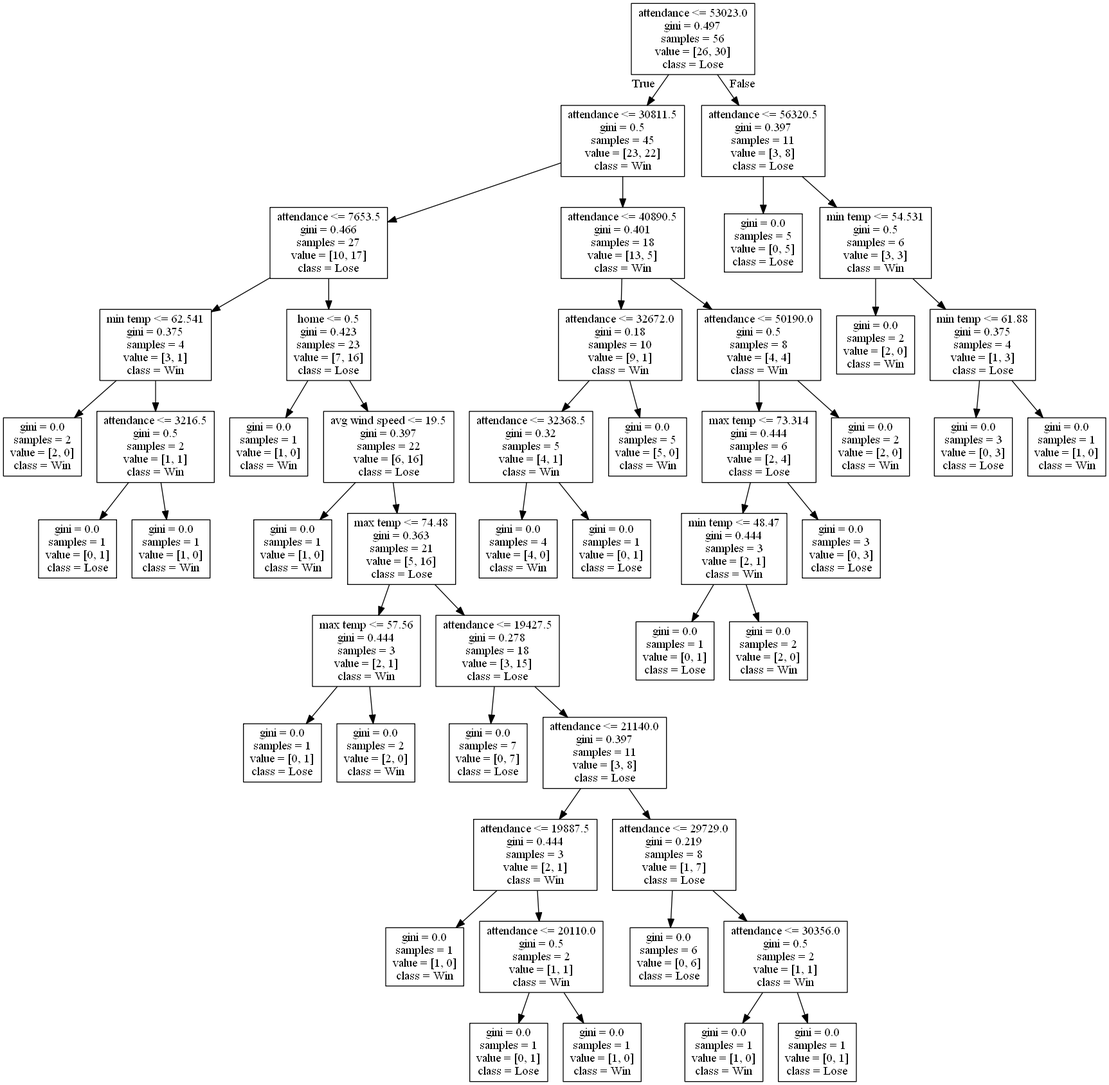
Above: DecisionTrees/decision_tree_no_score8.png in alexana-steck/CSE482Project (Graphviz), before the change. Its source is kept beside it as DecisionTrees/decision_tree_no_score8.dot. Source of this version:
```dot
digraph Tree {
node [shape=box] ;
0 [label="attendance <= 53023.0\ngini = 0.497\nsamples = 56\nvalue = [26, 30]\nclass = Lose"] ;
1 [label="attendance <= 30811.5\ngini = 0.5\nsamples = 45\nvalue = [23, 22]\nclass = Win"] ;
0 -> 1 [labeldistance=2.5, labelangle=45, headlabel="True"] ;
2 [label="attendance <= 7653.5\ngini = 0.466\nsamples = 27\nvalue = [10, 17]\nclass = Lose"] ;
1 -> 2 ;
3 [label="min temp <= 62.541\ngini = 0.375\nsamples = 4\nvalue = [3, 1]\nclass = Win"] ;
2 -> 3 ;
4 [label="gini = 0.0\nsamples = 2\nvalue = [2, 0]\nclass = Win"] ;
3 -> 4 ;
5 [label="attendance <= 3216.5\ngini = 0.5\nsamples = 2\nvalue = [1, 1]\nclass = Win"] ;
3 -> 5 ;
6 [label="gini = 0.0\nsamples = 1\nvalue = [0, 1]\nclass = Lose"] ;
5 -> 6 ;
7 [label="gini = 0.0\nsamples = 1\nvalue = [1, 0]\nclass = Win"] ;
5 -> 7 ;
8 [label="home <= 0.5\ngini = 0.423\nsamples = 23\nvalue = [7, 16]\nclass = Lose"] ;
2 -> 8 ;
9 [label="gini = 0.0\nsamples = 1\nvalue = [1, 0]\nclass = Win"] ;
8 -> 9 ;
10 [label="avg wind speed <= 19.5\ngini = 0.397\nsamples = 22\nvalue = [6, 16]\nclass = Lose"] ;
8 -> 10 ;
11 [label="gini = 0.0\nsamples = 1\nvalue = [1, 0]\nclass = Win"] ;
10 -> 11 ;
12 [label="max temp <= 74.48\ngini = 0.363\nsamples = 21\nvalue = [5, 16]\nclass = Lose"] ;
10 -> 12 ;
13 [label="max temp <= 57.56\ngini = 0.444\nsamples = 3\nvalue = [2, 1]\nclass = Win"] ;
12 -> 13 ;
14 [label="gini = 0.0\nsamples = 1\nvalue = [0, 1]\nclass = Lose"] ;
13 -> 14 ;
15 [label="gini = 0.0\nsamples = 2\nvalue = [2, 0]\nclass = Win"] ;
13 -> 15 ;
16 [label="attendance <= 19427.5\ngini = 0.278\nsamples = 18\nvalue = [3, 15]\nclass = Lose"] ;
12 -> 16 ;
17 [label="gini = 0.0\nsamples = 7\nvalue = [0, 7]\nclass = Lose"] ;
16 -> 17 ;
18 [label="attendance <= 21140.0\ngini = 0.397\nsamples = 11\nvalue = [3, 8]\nclass = Lose"] ;
16 -> 18 ;
19 [label="attendance <= 19887.5\ngini = 0.444\nsamples = 3\nvalue = [2, 1]\nclass = Win"] ;
18 -> 19 ;
20 [label="gini = 0.0\nsamples = 1\nvalue = [1, 0]\nclass = Win"] ;
19 -> 20 ;
21 [label="attendance <= 20110.0\ngini = 0.5\nsamples = 2\nvalue = [1, 1]\nclass = Win"] ;
19 -> 21 ;
22 [label="gini = 0.0\nsamples = 1\nvalue = [0, 1]\nclass = Lose"] ;
21 -> 22 ;
23 [label="gini = 0.0\nsamples = 1\nvalue = [1, 0]\nclass = Win"] ;
21 -> 23 ;
24 [label="attendance <= 29729.0\ngini = 0.219\nsamples = 8\nvalue = [1, 7]\nclass = Lose"] ;
18 -> 24 ;
25 [label="gini = 0.0\nsamples = 6\nvalue = [0, 6]\nclass = Lose"] ;
24 -> 25 ;
26 [label="attendance <= 30356.0\ngini = 0.5\nsamples = 2\nvalue = [1, 1]\nclass = Win"] ;
24 -> 26 ;
27 [label="gini = 0.0\nsamples = 1\nvalue = [1, 0]\nclass = Win"] ;
26 -> 27 ;
28 [label="gini = 0.0\nsamples = 1\nvalue = [0, 1]\nclass = Lose"] ;
26 -> 28 ;
29 [label="attendance <= 40890.5\ngini = 0.401\nsamples = 18\nvalue = [13, 5]\nclass = Win"] ;
1 -> 29 ;
30 [label="attendance <= 32672.0\ngini = 0.18\nsamples = 10\nvalue = [9, 1]\nclass = Win"] ;
29 -> 30 ;
31 [label="attendance <= 32368.5\ngini = 0.32\nsamples = 5\nvalue = [4, 1]\nclass = Win"] ;
30 -> 31 ;
32 [label="gini = 0.0\nsamples = 4\nvalue = [4, 0]\nclass = Win"] ;
31 -> 32 ;
33 [label="gini = 0.0\nsamples = 1\nvalue = [0, 1]\nclass = Lose"] ;
31 -> 33 ;
34 [label="gini = 0.0\nsamples = 5\nvalue = [5, 0]\nclass = Win"] ;
30 -> 34 ;
35 [label="attendance <= 50190.0\ngini = 0.5\nsamples = 8\nvalue = [4, 4]\nclass = Win"] ;
29 -> 35 ;
36 [label="max temp <= 73.314\ngini = 0.444\nsamples = 6\nvalue = [2, 4]\nclass = Lose"] ;
35 -> 36 ;
37 [label="min temp <= 48.47\ngini = 0.444\nsamples = 3\nvalue = [2, 1]\nclass = Win"] ;
36 -> 37 ;
38 [label="gini = 0.0\nsamples = 1\nvalue = [0, 1]\nclass = Lose"] ;
37 -> 38 ;
39 [label="gini = 0.0\nsamples = 2\nvalue = [2, 0]\nclass = Win"] ;
37 -> 39 ;
40 [label="gini = 0.0\nsamples = 3\nvalue = [0, 3]\nclass = Lose"] ;
36 -> 40 ;
41 [label="gini = 0.0\nsamples = 2\nvalue = [2, 0]\nclass = Win"] ;
35 -> 41 ;
42 [label="attendance <= 56320.5\ngini = 0.397\nsamples = 11\nvalue = [3, 8]\nclass = Lose"] ;
0 -> 42 [labeldistance=2.5, labelangle=-45, headlabel="False"] ;
43 [label="gini = 0.0\nsamples = 5\nvalue = [0, 5]\nclass = Lose"] ;
42 -> 43 ;
44 [label="min temp <= 54.531\ngini = 0.5\nsamples = 6\nvalue = [3, 3]\nclass = Win"] ;
42 -> 44 ;
45 [label="gini = 0.0\nsamples = 2\nvalue = [2, 0]\nclass = Win"] ;
44 -> 45 ;
46 [label="min temp <= 61.88\ngini = 0.375\nsamples = 4\nvalue = [1, 3]\nclass = Lose"] ;
44 -> 46 ;
47 [label="gini = 0.0\nsamples = 3\nvalue = [0, 3]\nclass = Lose"] ;
46 -> 47 ;
48 [label="gini = 0.0\nsamples = 1\nvalue = [1, 0]\nclass = Win"] ;
46 -> 48 ;
}
```
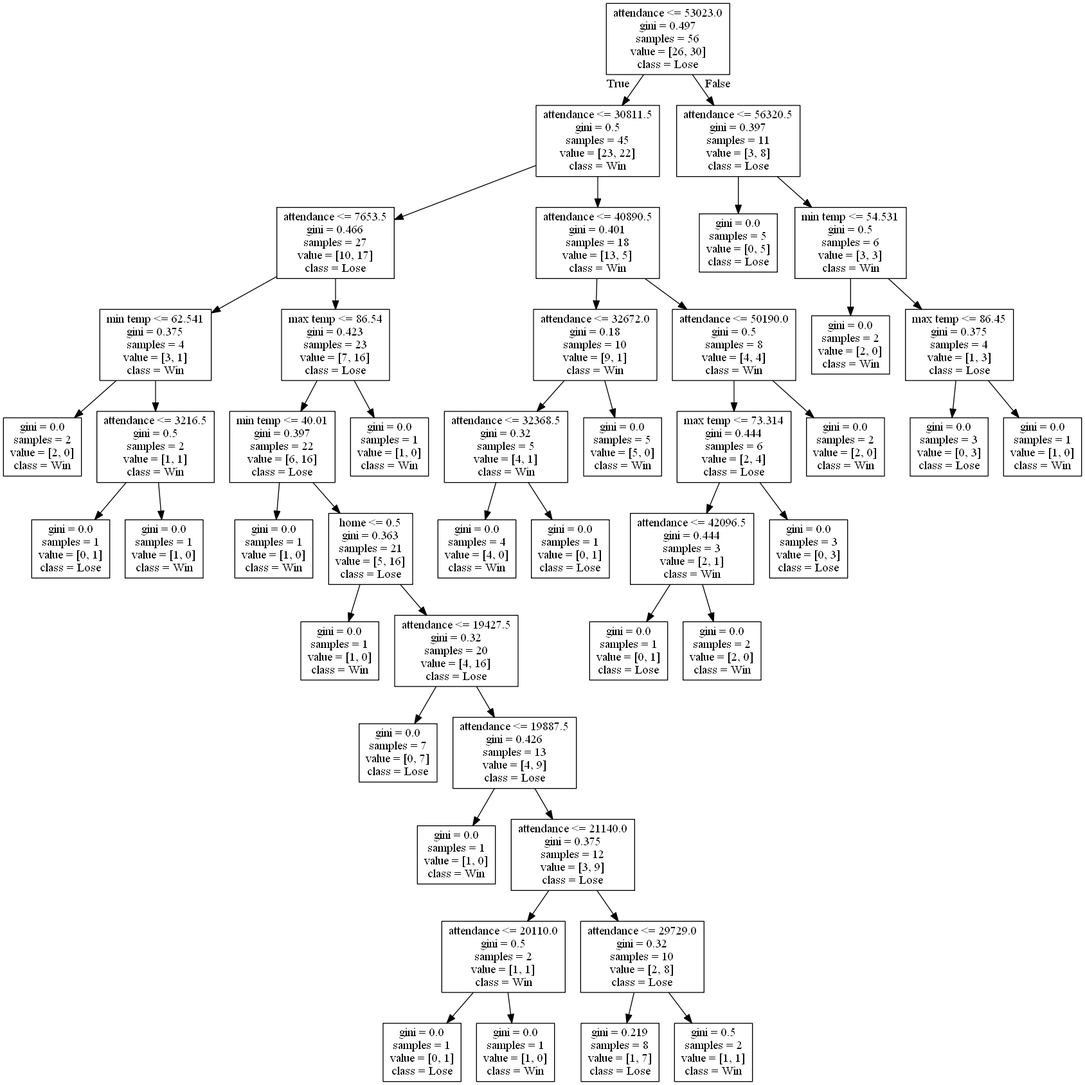
Later version of the same file.

What changed in the source:
```diff
@@ -15,86 +15,78 @@
 5 -> 6 ;
 7 [label="gini = 0.0\nsamples = 1\nvalue = [1, 0]\nclass = Win"] ;
 5 -> 7 ;
-8 [label="home <= 0.5\ngini = 0.423\nsamples = 23\nvalue = [7, 16]\nclass = Lose"] ;
+8 [label="max temp <= 86.54\ngini = 0.423\nsamples = 23\nvalue = [7, 16]\nclass = Lose"] ;
 2 -> 8 ;
-9 [label="gini = 0.0\nsamples = 1\nvalue = [1, 0]\nclass = Win"] ;
+9 [label="min temp <= 40.01\ngini = 0.397\nsamples = 22\nvalue = [6, 16]\nclass = Lose"] ;
 8 -> 9 ;
-10 [label="avg wind speed <= 19.5\ngini = 0.397\nsamples = 22\nvalue = [6, 16]\nclass = Lose"] ;
-8 -> 10 ;
-11 [label="gini = 0.0\nsamples = 1\nvalue = [1, 0]\nclass = Win"] ;
-10 -> 11 ;
-12 [label="max temp <= 74.48\ngini = 0.363\nsamples = 21\nvalue = [5, 16]\nclass = Lose"] ;
-10 -> 12 ;
-13 [label="max temp <= 57.56\ngini = 0.444\nsamples = 3\nvalue = [2, 1]\nclass = Win"] ;
-12 -> 13 ;
-14 [label="gini = 0.0\nsamples = 1\nvalue = [0, 1]\nclass = Lose"] ;
+10 [label="gini = 0.0\nsamples = 1\nvalue = [1, 0]\nclass = Win"] ;
+9 -> 10 ;
+11 [label="home <= 0.5\ngini = 0.363\nsamples = 21\nvalue = [5, 16]\nclass = Lose"] ;
+9 -> 11 ;
+12 [label="gini = 0.0\nsamples = 1\nvalue = [1, 0]\nclass = Win"] ;
+11 -> 12 ;
+13 [label="attendance <= 19427.5\ngini = 0.32\nsamples = 20\nvalue = [4, 16]\nclass = Lose"] ;
+11 -> 13 ;
+14 [label="gini = 0.0\nsamples = 7\nvalue = [0, 7]\nclass = Lose"] ;
 13 -> 14 ;
-15 [label="gini = 0.0\nsamples = 2\nvalue = [2, 0]\nclass = Win"] ;
+15 [label="attendance <= 19887.5\ngini = 0.426\nsamples = 13\nvalue = [4, 9]\nclass = Lose"] ;
 13 -> 15 ;
-16 [label="attendance <= 19427.5\ngini = 0.278\nsamples = 18\nvalue = [3, 15]\nclass = Lose"] ;
-12 -> 16 ;
-17 [label="gini = 0.0\nsamples = 7\nvalue = [0, 7]\nclass = Lose"] ;
-16 -> 17 ;
-18 [label="attendance <= 21140.0\ngini = 0.397\nsamples = 11\nvalue = [3, 8]\nclass = Lose"] ;
-16 -> 18 ;
-19 [label="attendance <= 19887.5\ngini = 0.444\nsamples = 3\nvalue = [2, 1]\nclass = Win"] ;
+16 [label="gini = 0.0\nsamples = 1\nvalue = [1, 0]\nclass = Win"] ;
+15 -> 16 ;
+17 [label="attendance <= 21140.0\ngini = 0.375\nsamples = 12\nvalue = [3, 9]\nclass = Lose"] ;
+15 -> 17 ;
+18 [label="attendance <= 20110.0\ngini = 0.5\nsamples = 2\nvalue = [1, 1]\nclass = Win"] ;
+17 -> 18 ;
+19 [label="gini = 0.0\nsamples = 1\nvalue = [0, 1]\nclass = Lose"] ;
 18 -> 19 ;
 20 [label="gini = 0.0\nsamples = 1\nvalue = [1, 0]\nclass = Win"] ;
-19 -> 20 ;
-21 [label="attendance <= 20110.0\ngini = 0.5\nsamples = 2\nvalue = [1, 1]\nclass = Win"] ;
-19 -> 21 ;
-22 [label="gini = 0.0\nsamples = 1\nvalue = [0, 1]\nclass = Lose"] ;
+18 -> 20 ;
+21 [label="attendance <= 29729.0\ngini = 0.32\nsamples = 10\nvalue = [2, 8]\nclass = Lose"] ;
+17 -> 21 ;
+22 [label="gini = 0.219\nsamples = 8\nvalue = [1, 7]\nclass = Lose"] ;
 21 -> 22 ;
-23 [label="gini = 0.0\nsamples = 1\nvalue = [1, 0]\nclass = Win"] ;
+23 [label="gini = 0.5\nsamples = 2\nvalue = [1, 1]\nclass = Win"] ;
 21 -> 23 ;
-24 [label="attendance <= 29729.0\ngini = 0.219\nsamples = 8\nvalue = [1, 7]\nclass = Lose"] ;
-18 -> 24 ;
-25 [label="gini = 0.0\nsamples = 6\nvalue = [0, 6]\nclass = Lose"] ;
-24 -> 25 ;
-26 [label="attendance <= 30356.0\ngini = 0.5\nsamples = 2\nvalue = [1, 1]\nclass = Win"] ;
-24 -> 26 ;
-27 [label="gini = 0.0\nsamples = 1\nvalue = [1, 0]\nclass = Win"] ;
+24 [label="gini = 0.0\nsamples = 1\nvalue = [1, 0]\nclass = Win"] ;
+8 -> 24 ;
+25 [label="attendance <= 40890.5\ngini = 0.401\nsamples = 18\nvalue = [13, 5]\nclass = Win"] ;
+1 -> 25 ;
+26 [label="attendance <= 32672.0\ngini = 0.18\nsamples = 10\nvalue = [9, 1]\nclass = Win"] ;
+25 -> 26 ;
+27 [label="attendance <= 32368.5\ngini = 0.32\nsamples = 5\nvalue = [4, 1]\nclass = Win"] ;
 26 -> 27 ;
-28 [label="gini = 0.0\nsamples = 1\nvalue = [0, 1]\nclass = Lose"] ;
-26 -> 28 ;
-29 [label="attendance <= 40890.5\ngini = 0.401\nsamples = 18\nvalue = [13, 5]\nclass = Win"] ;
-1 -> 29 ;
-30 [label="attendance <= 32672.0\ngini = 0.18\nsamples = 10\nvalue = [9, 1]\nclass = Win"] ;
-29 -> 30 ;
-31 [label="attendance <= 32368.5\ngini = 0.32\nsamples = 5\nvalue = [4, 1]\nclass = Win"] ;
-30 -> 31 ;
-32 [label="gini = 0.0\nsamples = 4\nvalue = [4, 0]\nclass = Win"] ;
+28 [label="gini = 0.0\nsamples = 4\nvalue = [4, 0]\nclass = Win"] ;
+27 -> 28 ;
+29 [label="gini = 0.0\nsamples = 1\nvalue = [0, 1]\nclass = Lose"] ;
+27 -> 29 ;
+30 [label="gini = 0.0\nsamples = 5\nvalue = [5, 0]\nclass = Win"] ;
+26 -> 30 ;
+31 [label="attendance <= 50190.0\ngini = 0.5\nsamples = 8\nvalue = [4, 4]\nclass = Win"] ;
+25 -> 31 ;
+32 [label="max temp <= 73.314\ngini = 0.444\nsamples = 6\nvalue = [2, 4]\nclass = Lose"] ;
 31 -> 32 ;
-33 [label="gini = 0.0\nsamples = 1\nvalue = [0, 1]\nclass = Lose"] ;
-31 -> 33 ;
-34 [label="gini = 0.0\nsamples = 5\nvalue = [5, 0]\nclass = Win"] ;
-30 -> 34 ;
-35 [label="attendance <= 50190.0\ngini = 0.5\nsamples = 8\nvalue = [4, 4]\nclass = Win"] ;
-29 -> 35 ;
-36 [label="max temp <= 73.314\ngini = 0.444\nsamples = 6\nvalue = [2, 4]\nclass = Lose"] ;
-35 -> 36 ;
-37 [label="min temp <= 48.47\ngini = 0.444\nsamples = 3\nvalue = [2, 1]\nclass = Win"] ;
-36 -> 37 ;
-38 [label="gini = 0.0\nsamples = 1\nvalue = [0, 1]\nclass = Lose"] ;
-37 -> 38 ;
-39 [label="gini = 0.0\nsamples = 2\nvalue = [2, 0]\nclass = Win"] ;
-37 -> 39 ;
-40 [label="gini = 0.0\nsamples = 3\nvalue = [0, 3]\nclass = Lose"] ;
-36 -> 40 ;
+33 [label="attendance <= 42096.5\ngini = 0.444\nsamples = 3\nvalue = [2, 1]\nclass = Win"] ;
+32 -> 33 ;
+34 [label="gini = 0.0\nsamples = 1\nvalue = [0, 1]\nclass = Lose"] ;
+33 -> 34 ;
+35 [label="gini = 0.0\nsamples = 2\nvalue = [2, 0]\nclass = Win"] ;
+33 -> 35 ;
+36 [label="gini = 0.0\nsamples = 3\nvalue = [0, 3]\nclass = Lose"] ;
+32 -> 36 ;
+37 [label="gini = 0.0\nsamples = 2\nvalue = [2, 0]\nclass = Win"] ;
+31 -> 37 ;
+38 [label="attendance <= 56320.5\ngini = 0.397\nsamples = 11\nvalue = [3, 8]\nclass = Lose"] ;
+0 -> 38 [labeldistance=2.5, labelangle=-45, headlabel="False"] ;
+39 [label="gini = 0.0\nsamples = 5\nvalue = [0, 5]\nclass = Lose"] ;
+38 -> 39 ;
+40 [label="min temp <= 54.531\ngini = 0.5\nsamples = 6\nvalue = [3, 3]\nclass = Win"] ;
+38 -> 40 ;
 41 [label="gini = 0.0\nsamples = 2\nvalue = [2, 0]\nclass = Win"] ;
-35 -> 41 ;
-42 [label="attendance <= 56320.5\ngini = 0.397\nsamples = 11\nvalue = [3, 8]\nclass = Lose"] ;
-0 -> 42 [labeldistance=2.5, labelangle=-45, headlabel="False"] ;
-43 [label="gini = 0.0\nsamples = 5\nvalue = [0, 5]\nclass = Lose"] ;
+40 -> 41 ;
+42 [label="max temp <= 86.45\ngini = 0.375\nsamples = 4\nvalue = [1, 3]\nclass = Lose"] ;
+40 -> 42 ;
+43 [label="gini = 0.0\nsamples = 3\nvalue = [0, 3]\nclass = Lose"] ;
 42 -> 43 ;
-44 [label="min temp <= 54.531\ngini = 0.5\nsamples = 6\nvalue = [3, 3]\nclass = Win"] ;
+44 [label="gini = 0.0\nsamples = 1\nvalue = [1, 0]\nclass = Win"] ;
 42 -> 44 ;
-45 [label="gini = 0.0\nsamples = 2\nvalue = [2, 0]\nclass = Win"] ;
-44 -> 45 ;
-46 [label="min temp <= 61.88\ngini = 0.375\nsamples = 4\nvalue = [1, 3]\nclass = Lose"] ;
-44 -> 46 ;
-47 [label="gini = 0.0\nsamples = 3\nvalue = [0, 3]\nclass = Lose"] ;
-46 -> 47 ;
-48 [label="gini = 0.0\nsamples = 1\nvalue = [1, 0]\nclass = Win"] ;
-46 -> 48 ;
 }
```
